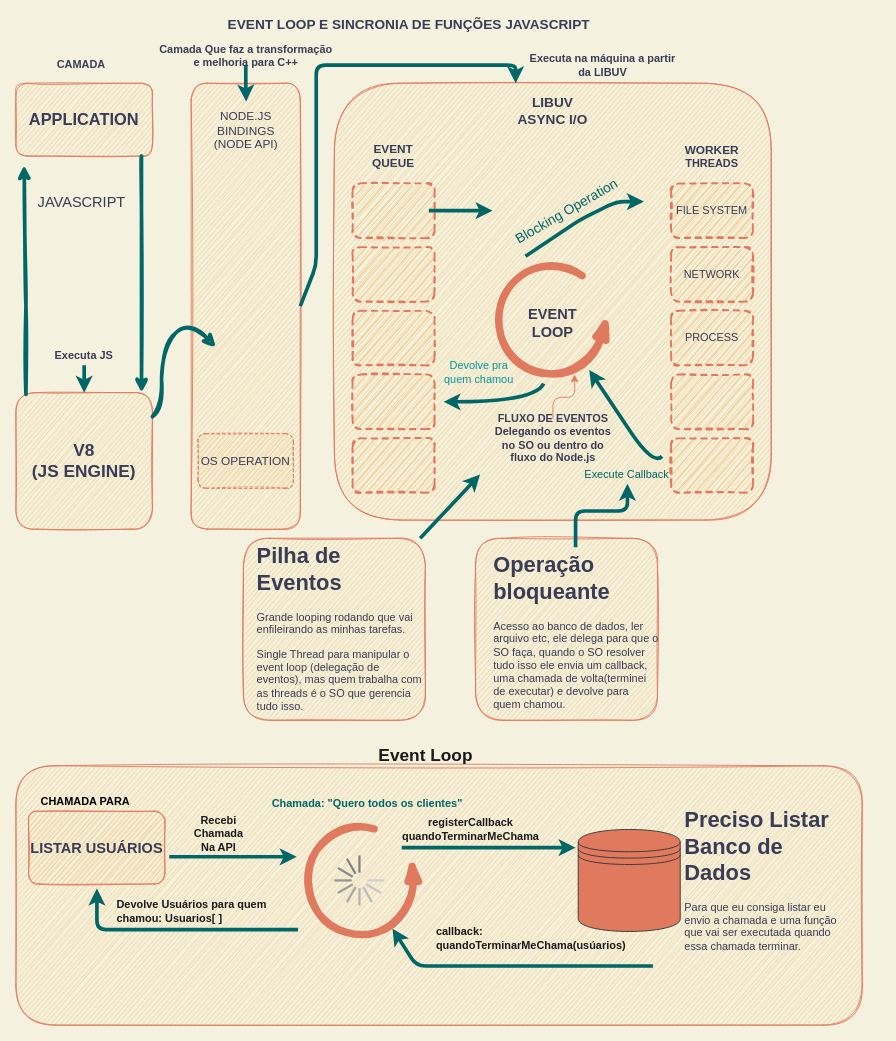
Before: 01-npm/eventLoopSincroniaFnJs.drawio in Arleidt/Imers-o-em-desenvolvimento-de-APIs-com-Node, a draw.io diagram. Source tidied: cells renumbered, new cells numbered last; positions are measured from the earlier drawing's top-left corner, leaving out a move shared by most shapes. Both pictures are drawn from the tidied source at 91%, with x=0, y=0 at pixel (15, 19).
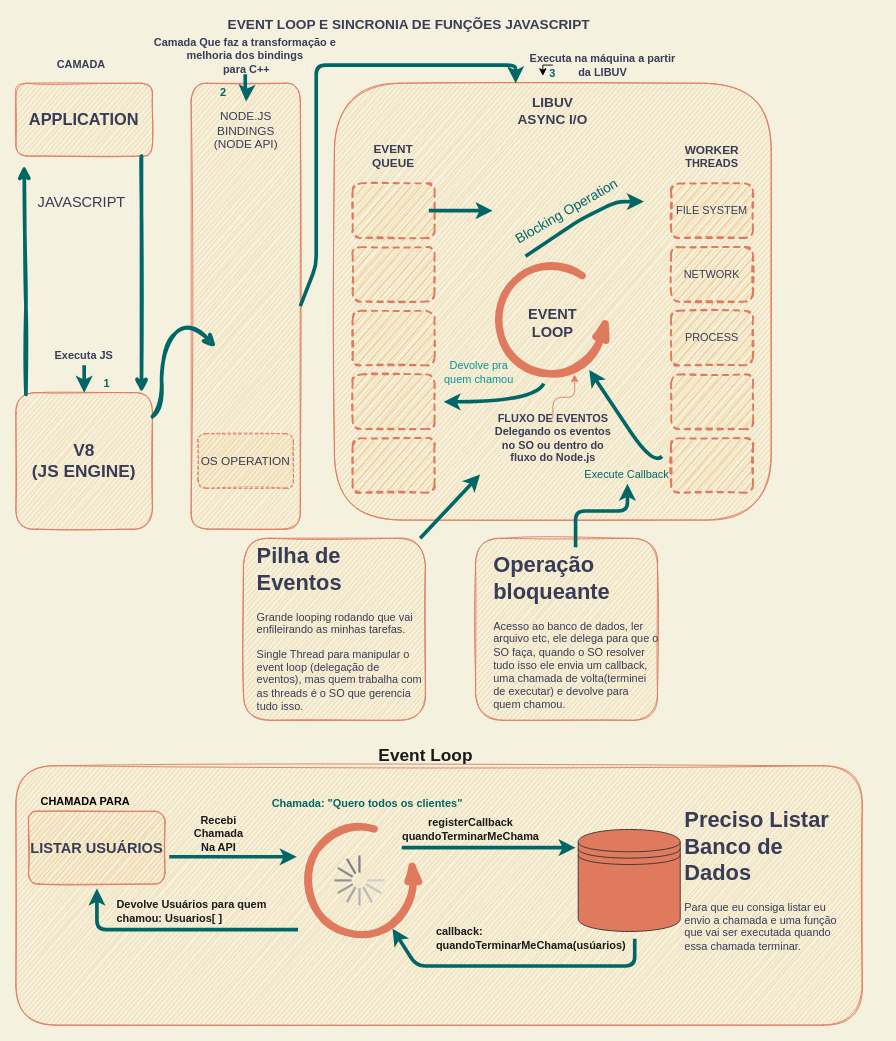
The same page after the edit.

Unchanged cells that the change refers to:
```xml
<mxCell id="40" value="&lt;b&gt;Executa na máquina a partir da LIBUV&lt;/b&gt;" style="text;html=1;strokeColor=none;fillColor=none;align=center;verticalAlign=middle;whiteSpace=wrap;rounded=0;sketch=0;fontColor=#393C56;" parent="1" vertex="1">
  <mxGeometry x="560" y="40" width="170" height="20" as="geometry" />
</mxCell>
<mxCell id="56" style="verticalLabelPosition=bottom;html=1;verticalAlign=top;strokeWidth=8;shape=mxgraph.lean_mapping.physical_pull;rounded=1;shadow=0;fillColor=#F2CC8F;rotation=-15;sketch=1;fontColor=#393C56;strokeColor=#E07A5F;" parent="1" vertex="1">
  <mxGeometry x="320" y="886" width="120" height="120" as="geometry" />
</mxCell>
```

The edit, as a diff of the source:
```diff
@@
-    <mxCell id="37" value="&lt;b&gt;Camada Que faz a transformação e melhoria para C++&lt;/b&gt;" style="text;html=1;strokeColor=none;fillColor=none;align=center;verticalAlign=middle;whiteSpace=wrap;rounded=0;sketch=0;fontColor=#393C56;" parent="1" vertex="1">
-      <mxGeometry x="153.8" y="30" width="197.5" height="20" as="geometry" />
+    <mxCell id="37" value="&lt;b&gt;Camada Que faz a transformação e melhoria dos bindings&lt;br&gt;&amp;nbsp;para C++&lt;/b&gt;" style="text;html=1;strokeColor=none;fillColor=none;align=center;verticalAlign=middle;whiteSpace=wrap;rounded=0;sketch=0;fontColor=#393C56;" parent="1" vertex="1">
+      <mxGeometry x="127" y="20" width="250" height="40" as="geometry" />
     </mxCell>
@@
     <mxCell id="63" style="endArrow=classic;html=1;strokeColor=#006666;strokeWidth=4;" parent="1" edge="1" target="56">
       <mxGeometry relative="1" as="geometry">
-        <mxPoint x="700" y="1040" as="sourcePoint" />
+        <mxPoint x="680" y="1010" as="sourcePoint" />
         <Array as="points">
+          <mxPoint x="680" y="1040" />
+          <mxPoint x="660" y="1040" />
+          <mxPoint x="620" y="1040" />
           <mxPoint x="540" y="1040" />
           <mxPoint x="440" y="1040" />
         </Array>
       </mxGeometry>
     </mxCell>
@@
-    <mxCell id="67" value="&lt;h1&gt;&lt;br&gt;&lt;/h1&gt;&lt;div&gt;&lt;br&gt;&lt;/div&gt;" style="text;html=1;strokeColor=none;fillColor=none;spacing=5;spacingTop=-20;whiteSpace=wrap;overflow=hidden;rounded=0;sketch=0;fontColor=#393C56;" parent="1" vertex="1">
-      <mxGeometry x="760" y="530" width="190" height="190" as="geometry" />
-    </mxCell>
@@
+    <mxCell id="69" value="&lt;font color=&quot;#006666&quot;&gt;&lt;b&gt;1&lt;/b&gt;&lt;/font&gt;" style="text;html=1;strokeColor=none;fillColor=none;align=center;verticalAlign=middle;whiteSpace=wrap;rounded=0;" parent="1" vertex="1">
+      <mxGeometry x="80" y="390" width="40" height="20" as="geometry" />
+    </mxCell>
+    <mxCell id="70" value="&lt;font color=&quot;#006666&quot;&gt;&lt;b&gt;2&lt;/b&gt;&lt;/font&gt;" style="text;html=1;strokeColor=none;fillColor=none;align=center;verticalAlign=middle;whiteSpace=wrap;rounded=0;" parent="1" vertex="1">
+      <mxGeometry x="207.5" y="70" width="40" height="20" as="geometry" />
+    </mxCell>
+    <mxCell id="71" style="edgeStyle=orthogonalEdgeStyle;rounded=0;jettySize=auto;html=1;exitX=0.5;exitY=0;exitDx=0;exitDy=0;entryX=0.112;entryY=1.1;entryDx=0;entryDy=0;entryPerimeter=0;" parent="1" edge="1" source="72" target="40">
+      <mxGeometry relative="1" as="geometry" />
+    </mxCell>
+    <mxCell id="72" value="&lt;font color=&quot;#006666&quot;&gt;&lt;b&gt;3&lt;/b&gt;&lt;/font&gt;" style="text;html=1;strokeColor=none;fillColor=none;align=center;verticalAlign=middle;whiteSpace=wrap;rounded=0;" parent="1" vertex="1">
+      <mxGeometry x="570" y="50" width="40" height="20" as="geometry" />
+    </mxCell>
```
